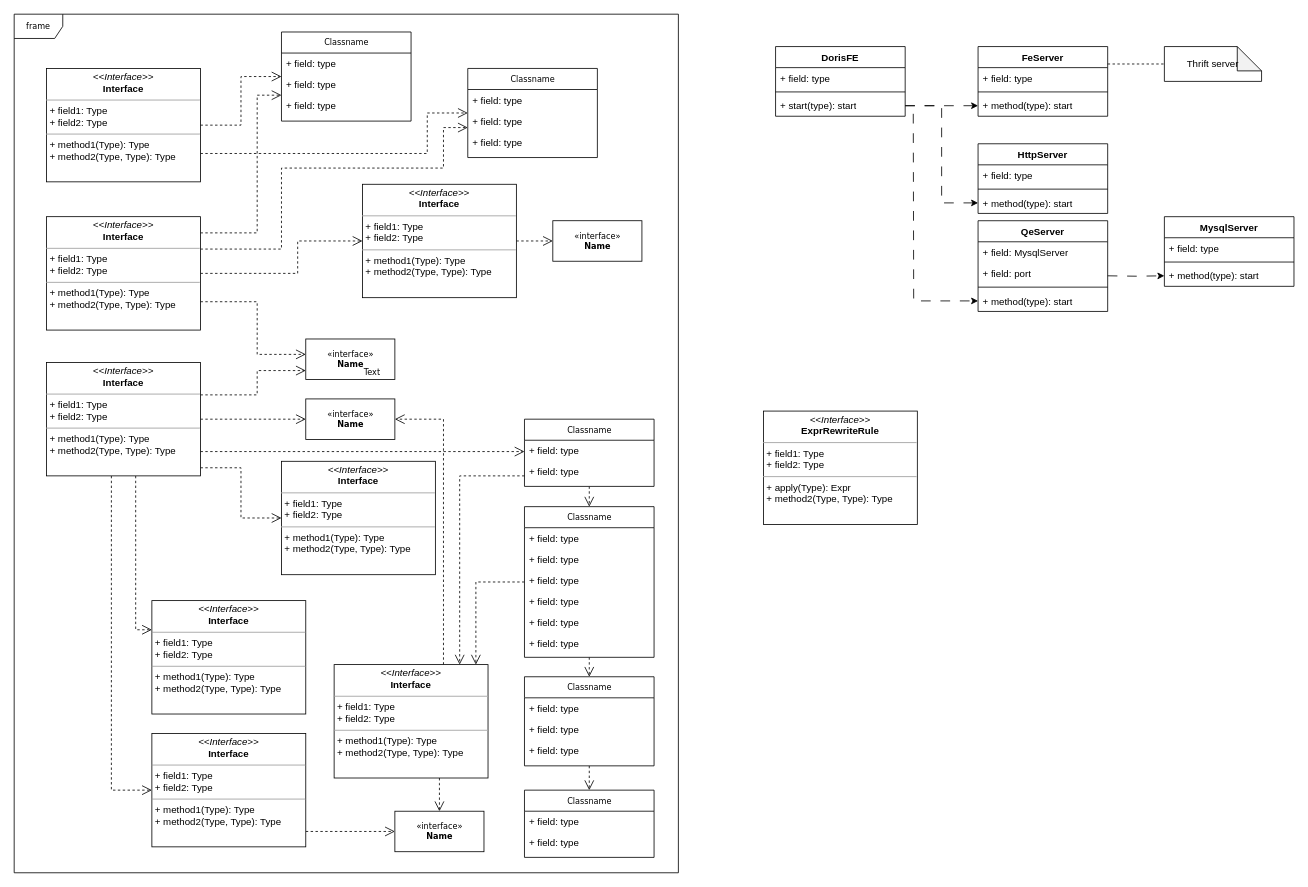
The draw.io diagram doris类图.drawio in Baymine/Huawei_algorithmnTest, before the edit. Source tidied: cells renumbered, new cells numbered last; positions are measured from the earlier drawing's top-left corner, leaving out a move shared by most shapes. Both pictures are drawn from the tidied source at 81%, with x=0, y=0 at pixel (14, 14).
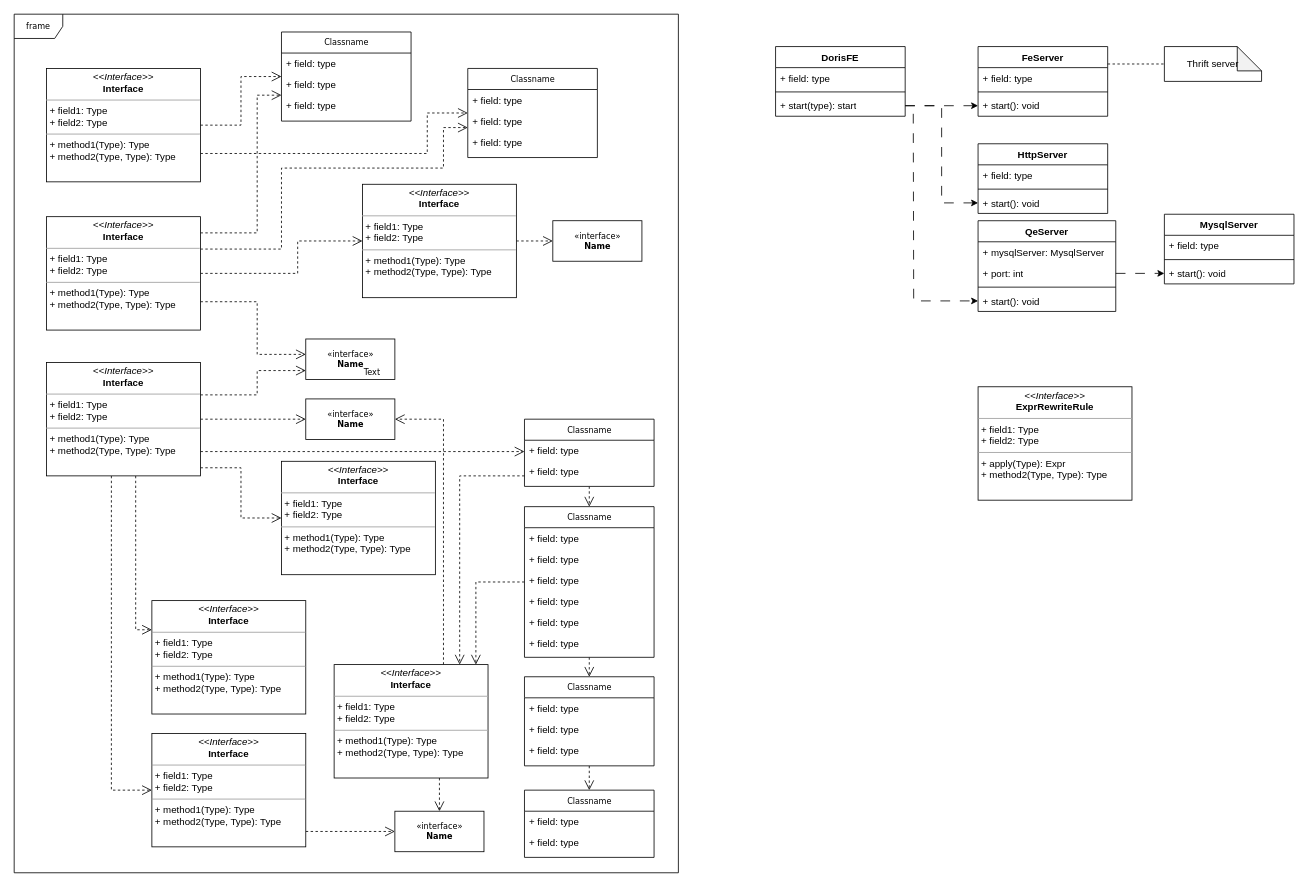
After the change.

The change refers to these unchanged cells:
```xml
<mxCell id="66" value="FeServer" style="swimlane;fontStyle=1;align=center;verticalAlign=top;horizontal=1;startSize=26;whiteSpace=wrap;html=1;" parent="1" vertex="1">
  <mxGeometry x="1190" y="40" width="160" height="86" as="geometry" />
</mxCell>
<mxCell id="71" value="HttpServer" style="swimlane;fontStyle=1;align=center;verticalAlign=top;horizontal=1;startSize=26;whiteSpace=wrap;html=1;" parent="1" vertex="1">
  <mxGeometry x="1190" y="160" width="160" height="86" as="geometry" />
</mxCell>
```

The edit, as a diff of the source:
```diff
@@
-    <mxCell id="69" value="+ method(type): start" style="text;strokeColor=none;fillColor=none;align=left;verticalAlign=top;spacingLeft=4;spacingRight=4;overflow=hidden;points=[[0,0.5],[1,0.5]];portConstraint=eastwest;whiteSpace=wrap;html=1;" parent="66" vertex="1">
+    <mxCell id="69" value="+ start(): void" style="text;strokeColor=none;fillColor=none;align=left;verticalAlign=top;spacingLeft=4;spacingRight=4;overflow=hidden;points=[[0,0.5],[1,0.5]];portConstraint=eastwest;whiteSpace=wrap;html=1;" parent="66" vertex="1">
       <mxGeometry y="60" width="160" height="26" as="geometry" />
     </mxCell>
@@
-    <mxCell id="74" value="+ method(type): start" style="text;strokeColor=none;fillColor=none;align=left;verticalAlign=top;spacingLeft=4;spacingRight=4;overflow=hidden;points=[[0,0.5],[1,0.5]];portConstraint=eastwest;whiteSpace=wrap;html=1;" parent="71" vertex="1">
+    <mxCell id="74" value="+ start(): void" style="text;strokeColor=none;fillColor=none;align=left;verticalAlign=top;spacingLeft=4;spacingRight=4;overflow=hidden;points=[[0,0.5],[1,0.5]];portConstraint=eastwest;whiteSpace=wrap;html=1;" parent="71" vertex="1">
       <mxGeometry y="60" width="160" height="26" as="geometry" />
     </mxCell>
@@
     <mxCell id="78" value="QeServer" style="swimlane;fontStyle=1;align=center;verticalAlign=top;horizontal=1;startSize=26;whiteSpace=wrap;html=1;" parent="1" vertex="1">
-      <mxGeometry x="1190" y="255" width="160" height="112" as="geometry" />
+      <mxGeometry x="1190" y="255" width="170" height="112" as="geometry" />
     </mxCell>
-    <mxCell id="79" value="+ field: MysqlServer" style="text;strokeColor=none;fillColor=none;align=left;verticalAlign=top;spacingLeft=4;spacingRight=4;overflow=hidden;whiteSpace=wrap;html=1;" parent="78" vertex="1">
-      <mxGeometry y="26" width="160" height="26" as="geometry" />
+    <mxCell id="79" value="+ mysqlServer: MysqlServer" style="text;strokeColor=none;fillColor=none;align=left;verticalAlign=top;spacingLeft=4;spacingRight=4;overflow=hidden;whiteSpace=wrap;html=1;" parent="78" vertex="1">
+      <mxGeometry y="26" width="170" height="26" as="geometry" />
     </mxCell>
-    <mxCell id="80" value="+ field: port" style="text;strokeColor=none;fillColor=none;align=left;verticalAlign=top;spacingLeft=4;spacingRight=4;overflow=hidden;points=[[0,0.5],[1,0.5]];portConstraint=eastwest;whiteSpace=wrap;html=1;" parent="78" vertex="1">
-      <mxGeometry y="52" width="160" height="26" as="geometry" />
+    <mxCell id="80" value="+ port: int" style="text;strokeColor=none;fillColor=none;align=left;verticalAlign=top;spacingLeft=4;spacingRight=4;overflow=hidden;points=[[0,0.5],[1,0.5]];portConstraint=eastwest;whiteSpace=wrap;html=1;" parent="78" vertex="1">
+      <mxGeometry y="52" width="170" height="26" as="geometry" />
     </mxCell>
     <mxCell id="81" style="line;strokeWidth=1;fillColor=none;align=left;verticalAlign=middle;spacingTop=-1;spacingLeft=3;spacingRight=3;labelPosition=right;strokeColor=inherit;" parent="78" vertex="1">
-      <mxGeometry y="78" width="160" height="8" as="geometry" />
+      <mxGeometry y="78" width="170" height="8" as="geometry" />
     </mxCell>
-    <mxCell id="82" value="+ method(type): start" style="text;strokeColor=none;fillColor=none;align=left;verticalAlign=top;spacingLeft=4;spacingRight=4;overflow=hidden;points=[[0,0.5],[1,0.5]];portConstraint=eastwest;whiteSpace=wrap;html=1;" parent="78" vertex="1">
-      <mxGeometry y="86" width="160" height="26" as="geometry" />
+    <mxCell id="82" value="+ start(): void" style="text;strokeColor=none;fillColor=none;align=left;verticalAlign=top;spacingLeft=4;spacingRight=4;overflow=hidden;points=[[0,0.5],[1,0.5]];portConstraint=eastwest;whiteSpace=wrap;html=1;" parent="78" vertex="1">
+      <mxGeometry y="86" width="170" height="26" as="geometry" />
     </mxCell>
@@
     <mxCell id="84" value="MysqlServer" style="swimlane;fontStyle=1;align=center;verticalAlign=top;horizontal=1;startSize=26;whiteSpace=wrap;html=1;" parent="1" vertex="1">
-      <mxGeometry x="1420" y="250" width="160" height="86" as="geometry" />
+      <mxGeometry x="1420" y="247" width="160" height="86" as="geometry" />
     </mxCell>
@@
-    <mxCell id="87" value="+ method(type): start" style="text;strokeColor=none;fillColor=none;align=left;verticalAlign=top;spacingLeft=4;spacingRight=4;overflow=hidden;points=[[0,0.5],[1,0.5]];portConstraint=eastwest;whiteSpace=wrap;html=1;" parent="84" vertex="1">
+    <mxCell id="87" value="+ start(): void" style="text;strokeColor=none;fillColor=none;align=left;verticalAlign=top;spacingLeft=4;spacingRight=4;overflow=hidden;points=[[0,0.5],[1,0.5]];portConstraint=eastwest;whiteSpace=wrap;html=1;" parent="84" vertex="1">
       <mxGeometry y="60" width="160" height="26" as="geometry" />
     </mxCell>
-    <mxCell id="88" style="edgeStyle=orthogonalEdgeStyle;rounded=0;jettySize=auto;html=1;entryX=0;entryY=0.5;entryDx=0;entryDy=0;dashed=1;dashPattern=12 12;" parent="1" edge="1" target="87">
-      <mxGeometry relative="1" as="geometry">
-        <mxPoint x="1350" y="323" as="sourcePoint" />
-      </mxGeometry>
+    <mxCell id="88" style="edgeStyle=orthogonalEdgeStyle;rounded=0;jettySize=auto;html=1;entryX=0;entryY=0.5;entryDx=0;entryDy=0;dashed=1;dashPattern=12 12;exitX=1;exitY=0.5;exitDx=0;exitDy=0;" parent="1" edge="1" source="80" target="87">
+      <mxGeometry relative="1" as="geometry" />
     </mxCell>
     <mxCell id="89" value="&lt;p style=&quot;margin:0px;margin-top:4px;text-align:center;&quot;&gt;&lt;i&gt;&amp;lt;&amp;lt;Interface&amp;gt;&amp;gt;&lt;/i&gt;&lt;br&gt;&lt;b&gt;ExprRewriteRule&lt;/b&gt;&lt;/p&gt;&lt;hr size=&quot;1&quot;&gt;&lt;p style=&quot;margin:0px;margin-left:4px;&quot;&gt;+ field1: Type&lt;br&gt;+ field2: Type&lt;/p&gt;&lt;hr size=&quot;1&quot;&gt;&lt;p style=&quot;margin:0px;margin-left:4px;&quot;&gt;+ apply(Type): Expr&lt;br&gt;+ method2(Type, Type): Type&lt;/p&gt;" style="verticalAlign=top;align=left;overflow=fill;fontSize=12;fontFamily=Helvetica;html=1;rounded=0;shadow=0;comic=0;labelBackgroundColor=none;strokeWidth=1;" parent="1" vertex="1">
-      <mxGeometry x="925" y="490" width="190" height="140" as="geometry" />
+      <mxGeometry x="1190" y="460" width="190" height="140" as="geometry" />
     </mxCell>
```
